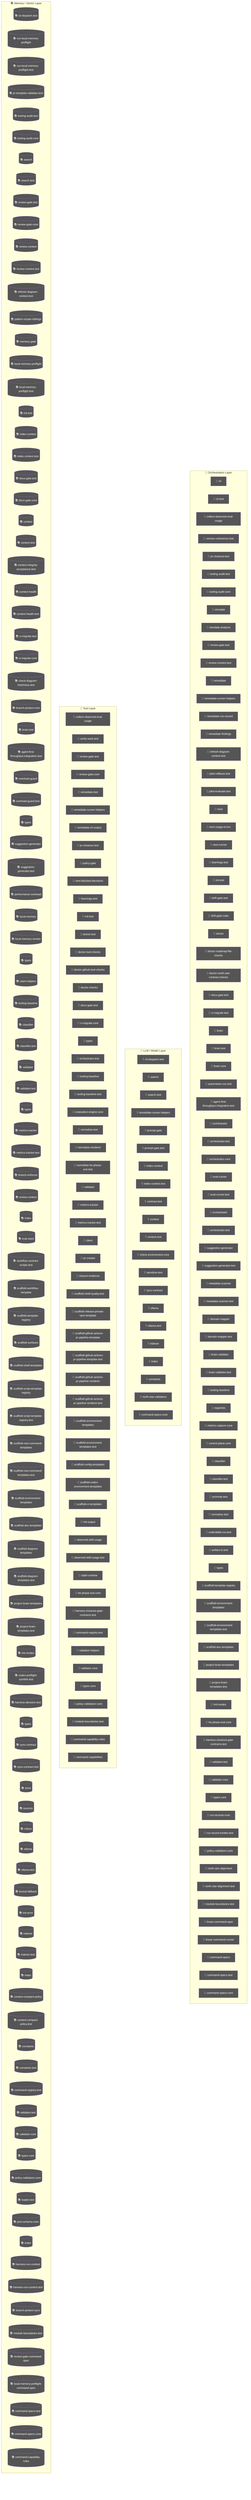
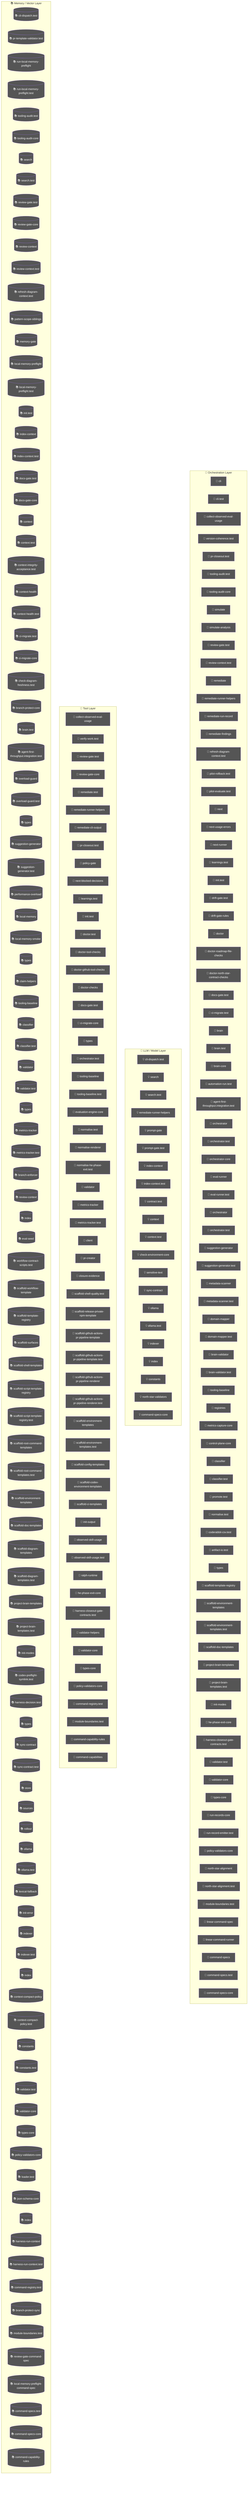
flowchart TD
  subgraph Orchestration["🎯 Orchestration Layer"]
    cli_99bb8840["🤖 cli"]
    cli_test_4851f28b["🤖 cli.test"]
    node_agent_mmd_orchestration_layer_orchestration_coll_37781291["🤖 collect-observed-eval-usage"]
    version_coherence_test_b81c6d8e["🤖 version-coherence.test"]
    pr_closeout_test_12a1ffdd["🤖 pr-closeout.test"]
    node_agent_mmd_orchestration_layer_orchestration_tool_5f9f8adf["🤖 tooling-audit.test"]
    node_agent_mmd_orchestration_layer_orchestration_tool_acfe0c01["🤖 tooling-audit-core"]
    simulate_b9efe395["🤖 simulate"]
    simulate_analysis_164a460c["🤖 simulate-analysis"]
    node_agent_mmd_orchestration_layer_orchestration_revi_ae9f100c["🤖 review-gate.test"]
    node_agent_mmd_orchestration_layer_orchestration_revi_84f25e5b["🤖 review-context.test"]
    remediate_06b9c7fc["🤖 remediate"]
    node_agent_mmd_orchestration_layer_orchestration_reme_359fe98f["🤖 remediate-runner-helpers"]
    remediate_run_record_9dfe5dc1["🤖 remediate-run-record"]
    remediate_findings_8b09c8c6["🤖 remediate-findings"]
    node_agent_mmd_orchestration_layer_orchestration_refr_10a87984["🤖 refresh-diagram-context.test"]
    pilot_rollback_test_e61d5a2b["🤖 pilot-rollback.test"]
    pilot_evaluate_test_a2ac06fc["🤖 pilot-evaluate.test"]
    next_c6c1c9a9["🤖 next"]
    next_usage_errors_837a345a["🤖 next-usage-errors"]
    next_runner_41643472["🤖 next-runner"]
    node_agent_mmd_orchestration_layer_orchestration_lear_5a2a5b08["🤖 learnings.test"]
    node_agent_mmd_orchestration_layer_orchestration_init_daf6ae1b["🤖 init.test"]
    drift_gate_test_816765e3["🤖 drift-gate.test"]
    drift_gate_rules_9685e72d["🤖 drift-gate-rules"]
    doctor_72f4be89["🤖 doctor"]
    doctor_roadmap_file_checks_14447b8e["🤖 doctor-roadmap-file-checks"]
    doctor_north_star_contract_checks_0048124c["🤖 doctor-north-star-contract-checks"]
    node_agent_mmd_orchestration_layer_orchestration_docs_22c7ae60["🤖 docs-gate.test"]
    node_agent_mmd_orchestration_layer_orchestration_ci_m_a6704d8b["🤖 ci-migrate.test"]
    brain_bbbf7a64["🤖 brain"]
    node_agent_mmd_orchestration_layer_orchestration_brai_9c019b6e["🤖 brain.test"]
    brain_core_aa07c380["🤖 brain-core"]
    automation_run_test_7b21d905["🤖 automation-run.test"]
    node_agent_mmd_orchestration_layer_orchestration_agen_eb715f44["🤖 agent-first-throughput.integration.test"]
    orchestrator_11376b7e["🤖 orchestrator"]
    orchestrator_test_18d2fe26["🤖 orchestrator.test"]
    orchestrator_core_d0678b53["🤖 orchestrator-core"]
    eval_runner_0966a6b3["🤖 eval-runner"]
    eval_runner_test_962c8c18["🤖 eval-runner.test"]
    orchestrator_1_6b7137c5["🤖 orchestrator"]
    node_agent_mmd_orchestration_layer_orchestration_orch_af4e7416["🤖 orchestrator.test"]
    node_agent_mmd_orchestration_layer_orchestration_sugg_85c5ebe3["🤖 suggestion-generator"]
    node_agent_mmd_orchestration_layer_orchestration_sugg_d0ad9d8e["🤖 suggestion-generator.test"]
    metadata_scanner_6a101b66["🤖 metadata-scanner"]
    metadata_scanner_test_faee743d["🤖 metadata-scanner.test"]
    domain_mapper_cd9333d2["🤖 domain-mapper"]
    domain_mapper_test_dc5a9896["🤖 domain-mapper.test"]
    brain_validator_be251832["🤖 brain-validator"]
    brain_validator_test_5e40cb72["🤖 brain-validator.test"]
    node_agent_mmd_orchestration_layer_orchestration_tool_cc43149f["🤖 tooling-baseline"]
    registries_06402afa["🤖 registries"]
    metrics_capture_core_db4bf7cf["🤖 metrics-capture-core"]
    control_plane_core_db3b4cb2["🤖 control-plane-core"]
    node_agent_mmd_orchestration_layer_orchestration_clas_899b821a["🤖 classifier"]
    node_agent_mmd_orchestration_layer_orchestration_clas_402e0b3f["🤖 classifier.test"]
    promote_test_5c615269["🤖 promote.test"]
    normalise_test_1_6643dd83["🤖 normalise.test"]
    coderabbit_csv_test_1f36d0a4["🤖 coderabbit-csv.test"]
    artifact_io_test_aac02da3["🤖 artifact-io.test"]
    types_16_0fae1112["🤖 types"]
    node_agent_mmd_orchestration_layer_orchestration_scaf_ff8f92f6["🤖 scaffold-template-registry"]
    node_agent_mmd_orchestration_layer_orchestration_scaf_c9a90c2f["🤖 scaffold-environment-templates"]
    node_agent_mmd_orchestration_layer_orchestration_scaf_78d57a93["🤖 scaffold-environment-templates.test"]
    node_agent_mmd_orchestration_layer_orchestration_scaf_12cc07db["🤖 scaffold-doc-templates"]
    node_agent_mmd_orchestration_layer_orchestration_proj_6ab6f60f["🤖 project-brain-templates"]
    node_agent_mmd_orchestration_layer_orchestration_proj_d78b2f4f["🤖 project-brain-templates.test"]
    node_agent_mmd_orchestration_layer_orchestration_init_2a9c3ecb["🤖 init-modes"]
    node_agent_mmd_orchestration_layer_orchestration_he_p_fc778c24["🤖 he-phase-exit-core"]
    node_agent_mmd_orchestration_layer_orchestration_harn_7761fad1["🤖 harness-closeout-gate-contracts.test"]
    node_agent_mmd_orchestration_layer_orchestration_vali_a3b17e45["🤖 validator.test"]
    node_agent_mmd_orchestration_layer_orchestration_vali_d9fe99e6["🤖 validator-core"]
    node_agent_mmd_orchestration_layer_orchestration_type_7cf81261["🤖 types-core"]
    run_records_core_89286dfa["🤖 run-records-core"]
    run_record_emitter_test_5475c0da["🤖 run-record-emitter.test"]
    node_agent_mmd_orchestration_layer_orchestration_poli_3270b55d["🤖 policy-validators-core"]
    north_star_alignment_00440188["🤖 north-star-alignment"]
    north_star_alignment_test_3ae1d69b["🤖 north-star-alignment.test"]
    node_agent_mmd_orchestration_layer_orchestration_modu_72373e29["🤖 module-boundaries.test"]
    linear_command_spec_1e12dd44["🤖 linear-command-spec"]
    linear_command_runner_4a740dfc["🤖 linear-command-runner"]
    command_specs_69167c63["🤖 command-specs"]
    node_agent_mmd_orchestration_layer_orchestration_comm_a137ef0a["🤖 command-specs.test"]
    node_agent_mmd_orchestration_layer_orchestration_comm_1f8cc24c["🤖 command-specs-core"]
  end
  subgraph LLMLayer["🧠 LLM / Model Layer"]
    node_agent_mmd_llm_model_layer_llmlayer_cli_dispatch__7ecbc6e7["💡 cli-dispatch.test"]
    node_agent_mmd_llm_model_layer_llmlayer_search_search_66b9a911["💡 search"]
    node_agent_mmd_llm_model_layer_llmlayer_search_test_s_72d50705["💡 search.test"]
    node_agent_mmd_llm_model_layer_llmlayer_remediate_run_9e3d4585["💡 remediate-runner-helpers"]
    prompt_gate_c5e9d207["💡 prompt-gate"]
    prompt_gate_test_1a442b27["💡 prompt-gate.test"]
    node_agent_mmd_llm_model_layer_llmlayer_index_context_1041bd11["💡 index-context"]
    node_agent_mmd_llm_model_layer_llmlayer_index_context_7e927b45["💡 index-context.test"]
    contract_test_2262847f["💡 contract.test"]
    node_agent_mmd_llm_model_layer_llmlayer_context_conte_ad2dfbd9["💡 context"]
    node_agent_mmd_llm_model_layer_llmlayer_context_test__32277db3["💡 context.test"]
    check_environment_core_2c16213f["💡 check-environment-core"]
    sensitive_text_7c11f760["💡 sensitive-text"]
    node_agent_mmd_llm_model_layer_llmlayer_sync_contract_9f3cc8c1["💡 sync-contract"]
    node_agent_mmd_llm_model_layer_llmlayer_ollama_ollama_968b23fa["💡 ollama"]
    node_agent_mmd_llm_model_layer_llmlayer_ollama_test_o_d62a0b5a["💡 ollama.test"]
    node_agent_mmd_llm_model_layer_llmlayer_indexer_index_4f4deef5["💡 indexer"]
    node_agent_mmd_llm_model_layer_llmlayer_index_index_1_02e160ff["💡 index"]
    node_agent_mmd_llm_model_layer_llmlayer_constants_con_c9bd3f6c["💡 constants"]
    north_star_validators_cfc926ce["💡 north-star-validators"]
    node_agent_mmd_llm_model_layer_llmlayer_command_specs_782af9fa["💡 command-specs-core"]
  end
  subgraph ToolLayer["🔧 Tool Layer"]
    node_agent_mmd_tool_layer_toollayer_collect_observed__f30f627d["🔧 collect-observed-eval-usage"]
    verify_work_test_0e12f6c5["🔧 verify-work.test"]
    node_agent_mmd_tool_layer_toollayer_review_gate_test__548e6c28["🔧 review-gate.test"]
    node_agent_mmd_tool_layer_toollayer_review_gate_core__7704598b["🔧 review-gate-core"]
    remediate_test_6f59cafe["🔧 remediate.test"]
    node_agent_mmd_tool_layer_toollayer_remediate_runner__c003b871["🔧 remediate-runner-helpers"]
    remediate_cli_output_cc165396["🔧 remediate-cli-output"]
    pr_closeout_test_1_be1a0df1["🔧 pr-closeout.test"]
    policy_gate_213f7313["🔧 policy-gate"]
    next_blocked_decisions_4140ad2b["🔧 next-blocked-decisions"]
    node_agent_mmd_tool_layer_toollayer_learnings_test_le_d61f175f["🔧 learnings.test"]
    node_agent_mmd_tool_layer_toollayer_init_test_init_te_ae014ee3["🔧 init.test"]
    doctor_test_e032e8b5["🔧 doctor.test"]
    doctor_tool_checks_4acac51a["🔧 doctor-tool-checks"]
    doctor_github_tool_checks_a53b0382["🔧 doctor-github-tool-checks"]
    doctor_checks_5a2eb2b9["🔧 doctor-checks"]
    node_agent_mmd_tool_layer_toollayer_docs_gate_test_do_ca0c4c21["🔧 docs-gate.test"]
    node_agent_mmd_tool_layer_toollayer_ci_migrate_core_c_049f8460["🔧 ci-migrate-core"]
    types_1_4ecdf56e["🔧 types"]
    node_agent_mmd_tool_layer_toollayer_orchestrator_test_b563c528["🔧 orchestrator.test"]
    node_agent_mmd_tool_layer_toollayer_tooling_baseline__61e66e9f["🔧 tooling-baseline"]
    tooling_baseline_test_d272ddb6["🔧 tooling-baseline.test"]
    evaluation_engine_core_e054fe49["🔧 evaluation-engine-core"]
    normalise_test_73e8a615["🔧 normalise.test"]
    normalise_renderer_85f2e563["🔧 normalise-renderer"]
    normalise_he_phase_exit_test_1788efc4["🔧 normalise-he-phase-exit.test"]
    node_agent_mmd_tool_layer_toollayer_validator_validat_96a84a52["🔧 validator"]
    node_agent_mmd_tool_layer_toollayer_metrics_tracker_m_4c9237d8["🔧 metrics-tracker"]
    node_agent_mmd_tool_layer_toollayer_metrics_tracker_t_8947b778["🔧 metrics-tracker.test"]
    client_1_914e1681["🔧 client"]
    pr_creator_dc6b1ea4["🔧 pr-creator"]
    closure_evidence_aaa31467["🔧 closure-evidence"]
    scaffold_shell_quality_test_79567d03["🔧 scaffold-shell-quality.test"]
    scaffold_release_private_npm_template_075499f8["🔧 scaffold-release-private-npm-template"]
    scaffold_github_actions_pr_pipeline_template_e2b85f62["🔧 scaffold-github-actions-pr-pipeline-template"]
    scaffold_github_actions_pr_pipeline_template_test_be464a7b["🔧 scaffold-github-actions-pr-pipeline-template.test"]
    scaffold_github_actions_pr_pipeline_renderer_1ee18de5["🔧 scaffold-github-actions-pr-pipeline-renderer"]
    scaffold_github_actions_pr_pipeline_renderer_test_2cc38272["🔧 scaffold-github-actions-pr-pipeline-renderer.test"]
    node_agent_mmd_tool_layer_toollayer_scaffold_environm_c1afc013["🔧 scaffold-environment-templates"]
    node_agent_mmd_tool_layer_toollayer_scaffold_environm_1a8f8168["🔧 scaffold-environment-templates.test"]
    scaffold_config_templates_4b80ce53["🔧 scaffold-config-templates"]
    scaffold_codex_environment_templates_334fbbed["🔧 scaffold-codex-environment-templates"]
    scaffold_ci_templates_2afd6392["🔧 scaffold-ci-templates"]
    init_output_360dce91["🔧 init-output"]
    observed_skill_usage_ed7d5930["🔧 observed-skill-usage"]
    observed_skill_usage_test_311c215a["🔧 observed-skill-usage.test"]
    ralph_runtime_73d63c0e["🔧 ralph-runtime"]
    node_agent_mmd_tool_layer_toollayer_he_phase_exit_cor_af016160["🔧 he-phase-exit-core"]
    node_agent_mmd_tool_layer_toollayer_harness_closeout__df9d1dab["🔧 harness-closeout-gate-contracts.test"]
-     node_agent_mmd_tool_layer_toollayer_command_registry__cce57abe["🔧 command-registry.test"]
    validator_helpers_7b927667["🔧 validator-helpers"]
    node_agent_mmd_tool_layer_toollayer_validator_core_va_6ef6131f["🔧 validator-core"]
    node_agent_mmd_tool_layer_toollayer_types_core_types__6c8319b6["🔧 types-core"]
    node_agent_mmd_tool_layer_toollayer_policy_validators_af136abf["🔧 policy-validators-core"]
+     node_agent_mmd_tool_layer_toollayer_command_registry__cce57abe["🔧 command-registry.test"]
    node_agent_mmd_tool_layer_toollayer_module_boundaries_fecf90b5["🔧 module-boundaries.test"]
    node_agent_mmd_tool_layer_toollayer_command_capabilit_e97a4615["🔧 command-capability-rules"]
    command_capabilities_a4d5c71e["🔧 command-capabilities"]
  end
  subgraph MemoryLayer["📚 Memory / Vector Layer"]
    node_agent_mmd_memory_vector_layer_memorylayer_cli_di_c121353b[("📚 cli-dispatch.test")]
+     pr_template_validator_test_569b1cef[("📚 pr-template-validator.test")]
    run_local_memory_preflight_36e92808[("📚 run-local-memory-preflight")]
    run_local_memory_preflight_test_1d7c5aa0[("📚 run-local-memory-preflight.test")]
-     pr_template_validator_test_569b1cef[("📚 pr-template-validator.test")]
    node_agent_mmd_memory_vector_layer_memorylayer_toolin_48be0fc9[("📚 tooling-audit.test")]
    node_agent_mmd_memory_vector_layer_memorylayer_toolin_a1185b8f[("📚 tooling-audit-core")]
    node_agent_mmd_memory_vector_layer_memorylayer_search_ac35cb7e[("📚 search")]
    node_agent_mmd_memory_vector_layer_memorylayer_search_ebbe6c53[("📚 search.test")]
    node_agent_mmd_memory_vector_layer_memorylayer_review_e0e0b257[("📚 review-gate.test")]
    node_agent_mmd_memory_vector_layer_memorylayer_review_5bee9816[("📚 review-gate-core")]
    review_context_ca6cf81d[("📚 review-context")]
    node_agent_mmd_memory_vector_layer_memorylayer_review_3255d3cf[("📚 review-context.test")]
    node_agent_mmd_memory_vector_layer_memorylayer_refres_b1a0f415[("📚 refresh-diagram-context.test")]
    pattern_scope_siblings_43abe000[("📚 pattern-scope-siblings")]
    memory_gate_a577a506[("📚 memory-gate")]
    local_memory_preflight_dcc36c42[("📚 local-memory-preflight")]
    local_memory_preflight_test_5e323bbf[("📚 local-memory-preflight.test")]
    node_agent_mmd_memory_vector_layer_memorylayer_init_t_bac0fb9d[("📚 init.test")]
    node_agent_mmd_memory_vector_layer_memorylayer_index__6f3402d0[("📚 index-context")]
    node_agent_mmd_memory_vector_layer_memorylayer_index__46fc46d7[("📚 index-context.test")]
    node_agent_mmd_memory_vector_layer_memorylayer_docs_g_2ab7a620[("📚 docs-gate.test")]
    docs_gate_core_eb9b6c18[("📚 docs-gate-core")]
    node_agent_mmd_memory_vector_layer_memorylayer_contex_78ceaaa9[("📚 context")]
    node_agent_mmd_memory_vector_layer_memorylayer_contex_4e7cab00[("📚 context.test")]
    context_integrity_acceptance_test_59f961b1[("📚 context-integrity-acceptance.test")]
    context_health_80bb7da9[("📚 context-health")]
    context_health_test_3b5b87f3[("📚 context-health.test")]
    node_agent_mmd_memory_vector_layer_memorylayer_ci_mig_df76706f[("📚 ci-migrate.test")]
    node_agent_mmd_memory_vector_layer_memorylayer_ci_mig_0cd5b1a4[("📚 ci-migrate-core")]
    check_diagram_freshness_test_c1dc40aa[("📚 check-diagram-freshness.test")]
    branch_protect_core_a8feb0fd[("📚 branch-protect-core")]
    node_agent_mmd_memory_vector_layer_memorylayer_brain__80b5ea48[("📚 brain.test")]
    node_agent_mmd_memory_vector_layer_memorylayer_agent__6f084ab8[("📚 agent-first-throughput.integration.test")]
    overload_guard_2748c559[("📚 overload-guard")]
    overload_guard_test_6ece9f86[("📚 overload-guard.test")]
-     types_4_822d0f88[("📚 types")]
+     types_3_9675d69b[("📚 types")]
    node_agent_mmd_memory_vector_layer_memorylayer_sugges_267f408d[("📚 suggestion-generator")]
    node_agent_mmd_memory_vector_layer_memorylayer_sugges_b043d150[("📚 suggestion-generator.test")]
    performance_overload_c685bfcf[("📚 performance-overload")]
    local_memory_0db17ecc[("📚 local-memory")]
    local_memory_smoke_1175abfc[("📚 local-memory-smoke")]
    types_8_f6283648[("📚 types")]
    claim_helpers_20dc8387[("📚 claim-helpers")]
    node_agent_mmd_memory_vector_layer_memorylayer_toolin_14f86b00[("📚 tooling-baseline")]
    node_agent_mmd_memory_vector_layer_memorylayer_classi_1ebbf5ff[("📚 classifier")]
    node_agent_mmd_memory_vector_layer_memorylayer_classi_58e617e7[("📚 classifier.test")]
    node_agent_mmd_memory_vector_layer_memorylayer_valida_1b167f63[("📚 validator")]
    validator_test_1_c5015ca0[("📚 validator.test")]
    types_12_2b09659a[("📚 types")]
    node_agent_mmd_memory_vector_layer_memorylayer_metric_12562178[("📚 metrics-tracker")]
    node_agent_mmd_memory_vector_layer_memorylayer_metric_74129788[("📚 metrics-tracker.test")]
    branch_enforcer_acb749cd[("📚 branch-enforcer")]
    review_context_1_e3afed15[("📚 review-context")]
    index_2_10143590[("📚 index")]
    eval_seed_5699fd3e[("📚 eval-seed")]
    workflow_contract_scripts_test_681e2e3c[("📚 workflow-contract-scripts.test")]
    scaffold_workflow_template_92310587[("📚 scaffold-workflow-template")]
    node_agent_mmd_memory_vector_layer_memorylayer_scaffo_a86eece1[("📚 scaffold-template-registry")]
    scaffold_surfaces_12d6494e[("📚 scaffold-surfaces")]
    scaffold_shell_templates_0ad0f915[("📚 scaffold-shell-templates")]
    scaffold_script_template_registry_69312d4e[("📚 scaffold-script-template-registry")]
    scaffold_script_template_registry_test_6a8ebefe[("📚 scaffold-script-template-registry.test")]
    scaffold_root_command_templates_404fed7f[("📚 scaffold-root-command-templates")]
    scaffold_root_command_templates_test_14596939[("📚 scaffold-root-command-templates.test")]
    node_agent_mmd_memory_vector_layer_memorylayer_scaffo_12b42341[("📚 scaffold-environment-templates")]
    node_agent_mmd_memory_vector_layer_memorylayer_scaffo_5fd73b94[("📚 scaffold-doc-templates")]
    scaffold_diagram_templates_dd88e83c[("📚 scaffold-diagram-templates")]
    scaffold_diagram_templates_test_f3774c28[("📚 scaffold-diagram-templates.test")]
    node_agent_mmd_memory_vector_layer_memorylayer_projec_3ae304d9[("📚 project-brain-templates")]
    node_agent_mmd_memory_vector_layer_memorylayer_projec_6048335b[("📚 project-brain-templates.test")]
    node_agent_mmd_memory_vector_layer_memorylayer_init_m_333d02c5[("📚 init-modes")]
    codex_preflight_symlink_test_037558db[("📚 codex-preflight-symlink.test")]
    harness_decision_test_7e5a4fe5[("📚 harness-decision.test")]
    types_18_37582e2a[("📚 types")]
    node_agent_mmd_memory_vector_layer_memorylayer_sync_c_e43418bc[("📚 sync-contract")]
    sync_contract_test_5dc3165c[("📚 sync-contract.test")]
    store_824d80d7[("📚 store")]
    sources_1_e133d97d[("📚 sources")]
    rollout_a4fa034c[("📚 rollout")]
    node_agent_mmd_memory_vector_layer_memorylayer_ollama_6d51be16[("📚 ollama")]
    node_agent_mmd_memory_vector_layer_memorylayer_ollama_d800c0c4[("📚 ollama.test")]
    lexical_fallback_723e2b3e[("📚 lexical-fallback")]
    init_error_5c7dd49f[("📚 init-error")]
    node_agent_mmd_memory_vector_layer_memorylayer_indexe_93e6d86f[("📚 indexer")]
    indexer_test_d492f0aa[("📚 indexer.test")]
    node_agent_mmd_memory_vector_layer_memorylayer_index__752bc61e[("📚 index")]
    context_compact_policy_3dcaf95d[("📚 context-compact-policy")]
    context_compact_policy_test_da148267[("📚 context-compact-policy.test")]
    node_agent_mmd_memory_vector_layer_memorylayer_consta_702d3f46[("📚 constants")]
    constants_test_5492ae98[("📚 constants.test")]
-     node_agent_mmd_memory_vector_layer_memorylayer_comman_362247bb[("📚 command-registry.test")]
    node_agent_mmd_memory_vector_layer_memorylayer_valida_caacfcdf[("📚 validator.test")]
    node_agent_mmd_memory_vector_layer_memorylayer_valida_41034356[("📚 validator-core")]
    node_agent_mmd_memory_vector_layer_memorylayer_types__83f369fa[("📚 types-core")]
    node_agent_mmd_memory_vector_layer_memorylayer_policy_1944de42[("📚 policy-validators-core")]
    loader_test_03424671[("📚 loader.test")]
    json_schema_core_96d7e328[("📚 json-schema-core")]
    index_6_fc9e91e2[("📚 index")]
    harness_run_context_ac7c77a9[("📚 harness-run-context")]
    harness_run_context_test_c6937fed[("📚 harness-run-context.test")]
+     node_agent_mmd_memory_vector_layer_memorylayer_comman_362247bb[("📚 command-registry.test")]
    branch_protect_sync_570adb18[("📚 branch-protect-sync")]
    node_agent_mmd_memory_vector_layer_memorylayer_module_9bfd18b1[("📚 module-boundaries.test")]
    review_gate_command_spec_3187376a[("📚 review-gate-command-spec")]
    local_memory_preflight_command_spec_9e23f3ce[("📚 local-memory-preflight-command-spec")]
    node_agent_mmd_memory_vector_layer_memorylayer_comman_d36d1650[("📚 command-specs.test")]
    node_agent_mmd_memory_vector_layer_memorylayer_comman_111eb454[("📚 command-specs-core")]
    node_agent_mmd_memory_vector_layer_memorylayer_comman_c72a5d05[("📚 command-capability-rules")]
  end
  classDef agentNode fill:#555,color:#fff
  class cli_99bb8840,cli_test_4851f28b,node_agent_mmd_orchestration_layer_orchestration_coll_37781291,node_agent_mmd_tool_layer_toollayer_collect_observed__f30f627d,version_coherence_test_b81c6d8e,pr_closeout_test_12a1ffdd,node_agent_mmd_orchestration_layer_orchestration_tool_5f9f8adf,node_agent_mmd_memory_vector_layer_memorylayer_toolin_48be0fc9,node_agent_mmd_orchestration_layer_orchestration_tool_acfe0c01,node_agent_mmd_memory_vector_layer_memorylayer_toolin_a1185b8f,simulate_b9efe395,simulate_analysis_164a460c,node_agent_mmd_orchestration_layer_orchestration_revi_ae9f100c,node_agent_mmd_tool_layer_toollayer_review_gate_test__548e6c28,node_agent_mmd_memory_vector_layer_memorylayer_review_e0e0b257,node_agent_mmd_orchestration_layer_orchestration_revi_84f25e5b,node_agent_mmd_memory_vector_layer_memorylayer_review_3255d3cf,remediate_06b9c7fc,node_agent_mmd_orchestration_layer_orchestration_reme_359fe98f,node_agent_mmd_llm_model_layer_llmlayer_remediate_run_9e3d4585,node_agent_mmd_tool_layer_toollayer_remediate_runner__c003b871,remediate_run_record_9dfe5dc1,remediate_findings_8b09c8c6,node_agent_mmd_orchestration_layer_orchestration_refr_10a87984,node_agent_mmd_memory_vector_layer_memorylayer_refres_b1a0f415,pilot_rollback_test_e61d5a2b,pilot_evaluate_test_a2ac06fc,next_c6c1c9a9,next_usage_errors_837a345a,next_runner_41643472,node_agent_mmd_orchestration_layer_orchestration_lear_5a2a5b08,node_agent_mmd_tool_layer_toollayer_learnings_test_le_d61f175f,node_agent_mmd_orchestration_layer_orchestration_init_daf6ae1b,node_agent_mmd_tool_layer_toollayer_init_test_init_te_ae014ee3,node_agent_mmd_memory_vector_layer_memorylayer_init_t_bac0fb9d,drift_gate_test_816765e3,drift_gate_rules_9685e72d,doctor_72f4be89,doctor_roadmap_file_checks_14447b8e,doctor_north_star_contract_checks_0048124c,node_agent_mmd_orchestration_layer_orchestration_docs_22c7ae60,node_agent_mmd_tool_layer_toollayer_docs_gate_test_do_ca0c4c21,node_agent_mmd_memory_vector_layer_memorylayer_docs_g_2ab7a620,node_agent_mmd_orchestration_layer_orchestration_ci_m_a6704d8b,node_agent_mmd_memory_vector_layer_memorylayer_ci_mig_df76706f,brain_bbbf7a64,node_agent_mmd_orchestration_layer_orchestration_brai_9c019b6e,node_agent_mmd_memory_vector_layer_memorylayer_brain__80b5ea48,brain_core_aa07c380,automation_run_test_7b21d905,node_agent_mmd_orchestration_layer_orchestration_agen_eb715f44,node_agent_mmd_memory_vector_layer_memorylayer_agent__6f084ab8,orchestrator_11376b7e,orchestrator_test_18d2fe26,orchestrator_core_d0678b53,eval_runner_0966a6b3,eval_runner_test_962c8c18,orchestrator_1_6b7137c5,node_agent_mmd_orchestration_layer_orchestration_orch_af4e7416,node_agent_mmd_tool_layer_toollayer_orchestrator_test_b563c528,node_agent_mmd_orchestration_layer_orchestration_sugg_85c5ebe3,node_agent_mmd_memory_vector_layer_memorylayer_sugges_267f408d,node_agent_mmd_orchestration_layer_orchestration_sugg_d0ad9d8e,node_agent_mmd_memory_vector_layer_memorylayer_sugges_b043d150,metadata_scanner_6a101b66,metadata_scanner_test_faee743d,domain_mapper_cd9333d2,domain_mapper_test_dc5a9896,brain_validator_be251832,brain_validator_test_5e40cb72,node_agent_mmd_orchestration_layer_orchestration_tool_cc43149f,node_agent_mmd_tool_layer_toollayer_tooling_baseline__61e66e9f,node_agent_mmd_memory_vector_layer_memorylayer_toolin_14f86b00,registries_06402afa,metrics_capture_core_db4bf7cf,control_plane_core_db3b4cb2,node_agent_mmd_orchestration_layer_orchestration_clas_899b821a,node_agent_mmd_memory_vector_layer_memorylayer_classi_1ebbf5ff,node_agent_mmd_orchestration_layer_orchestration_clas_402e0b3f,node_agent_mmd_memory_vector_layer_memorylayer_classi_58e617e7,promote_test_5c615269,normalise_test_1_6643dd83,coderabbit_csv_test_1f36d0a4,artifact_io_test_aac02da3,types_16_0fae1112,node_agent_mmd_orchestration_layer_orchestration_scaf_ff8f92f6,node_agent_mmd_memory_vector_layer_memorylayer_scaffo_a86eece1,node_agent_mmd_orchestration_layer_orchestration_scaf_c9a90c2f,node_agent_mmd_tool_layer_toollayer_scaffold_environm_c1afc013,node_agent_mmd_memory_vector_layer_memorylayer_scaffo_12b42341,node_agent_mmd_orchestration_layer_orchestration_scaf_78d57a93,node_agent_mmd_tool_layer_toollayer_scaffold_environm_1a8f8168,node_agent_mmd_orchestration_layer_orchestration_scaf_12cc07db,node_agent_mmd_memory_vector_layer_memorylayer_scaffo_5fd73b94,node_agent_mmd_orchestration_layer_orchestration_proj_6ab6f60f,node_agent_mmd_memory_vector_layer_memorylayer_projec_3ae304d9,node_agent_mmd_orchestration_layer_orchestration_proj_d78b2f4f,node_agent_mmd_memory_vector_layer_memorylayer_projec_6048335b,node_agent_mmd_orchestration_layer_orchestration_init_2a9c3ecb,node_agent_mmd_memory_vector_layer_memorylayer_init_m_333d02c5,node_agent_mmd_orchestration_layer_orchestration_he_p_fc778c24,node_agent_mmd_tool_layer_toollayer_he_phase_exit_cor_af016160,node_agent_mmd_orchestration_layer_orchestration_harn_7761fad1,node_agent_mmd_tool_layer_toollayer_harness_closeout__df9d1dab,node_agent_mmd_orchestration_layer_orchestration_vali_a3b17e45,node_agent_mmd_memory_vector_layer_memorylayer_valida_caacfcdf,node_agent_mmd_orchestration_layer_orchestration_vali_d9fe99e6,node_agent_mmd_tool_layer_toollayer_validator_core_va_6ef6131f,node_agent_mmd_memory_vector_layer_memorylayer_valida_41034356,node_agent_mmd_orchestration_layer_orchestration_type_7cf81261,node_agent_mmd_tool_layer_toollayer_types_core_types__6c8319b6,node_agent_mmd_memory_vector_layer_memorylayer_types__83f369fa,run_records_core_89286dfa,run_record_emitter_test_5475c0da,node_agent_mmd_orchestration_layer_orchestration_poli_3270b55d,node_agent_mmd_tool_layer_toollayer_policy_validators_af136abf,node_agent_mmd_memory_vector_layer_memorylayer_policy_1944de42,north_star_alignment_00440188,north_star_alignment_test_3ae1d69b,node_agent_mmd_orchestration_layer_orchestration_modu_72373e29,node_agent_mmd_tool_layer_toollayer_module_boundaries_fecf90b5,node_agent_mmd_memory_vector_layer_memorylayer_module_9bfd18b1,linear_command_spec_1e12dd44,linear_command_runner_4a740dfc,command_specs_69167c63,node_agent_mmd_orchestration_layer_orchestration_comm_a137ef0a,node_agent_mmd_memory_vector_layer_memorylayer_comman_d36d1650,node_agent_mmd_orchestration_layer_orchestration_comm_1f8cc24c,node_agent_mmd_llm_model_layer_llmlayer_command_specs_782af9fa,node_agent_mmd_memory_vector_layer_memorylayer_comman_111eb454 agentNode
  classDef llmNode fill:#555,color:#fff
  class node_agent_mmd_llm_model_layer_llmlayer_cli_dispatch__7ecbc6e7,node_agent_mmd_memory_vector_layer_memorylayer_cli_di_c121353b,node_agent_mmd_llm_model_layer_llmlayer_search_search_66b9a911,node_agent_mmd_memory_vector_layer_memorylayer_search_ac35cb7e,node_agent_mmd_llm_model_layer_llmlayer_search_test_s_72d50705,node_agent_mmd_memory_vector_layer_memorylayer_search_ebbe6c53,node_agent_mmd_orchestration_layer_orchestration_reme_359fe98f,node_agent_mmd_llm_model_layer_llmlayer_remediate_run_9e3d4585,node_agent_mmd_tool_layer_toollayer_remediate_runner__c003b871,prompt_gate_c5e9d207,prompt_gate_test_1a442b27,node_agent_mmd_llm_model_layer_llmlayer_index_context_1041bd11,node_agent_mmd_memory_vector_layer_memorylayer_index__6f3402d0,node_agent_mmd_llm_model_layer_llmlayer_index_context_7e927b45,node_agent_mmd_memory_vector_layer_memorylayer_index__46fc46d7,contract_test_2262847f,node_agent_mmd_llm_model_layer_llmlayer_context_conte_ad2dfbd9,node_agent_mmd_memory_vector_layer_memorylayer_contex_78ceaaa9,node_agent_mmd_llm_model_layer_llmlayer_context_test__32277db3,node_agent_mmd_memory_vector_layer_memorylayer_contex_4e7cab00,check_environment_core_2c16213f,sensitive_text_7c11f760,node_agent_mmd_llm_model_layer_llmlayer_sync_contract_9f3cc8c1,node_agent_mmd_memory_vector_layer_memorylayer_sync_c_e43418bc,node_agent_mmd_llm_model_layer_llmlayer_ollama_ollama_968b23fa,node_agent_mmd_memory_vector_layer_memorylayer_ollama_6d51be16,node_agent_mmd_llm_model_layer_llmlayer_ollama_test_o_d62a0b5a,node_agent_mmd_memory_vector_layer_memorylayer_ollama_d800c0c4,node_agent_mmd_llm_model_layer_llmlayer_indexer_index_4f4deef5,node_agent_mmd_memory_vector_layer_memorylayer_indexe_93e6d86f,node_agent_mmd_llm_model_layer_llmlayer_index_index_1_02e160ff,node_agent_mmd_memory_vector_layer_memorylayer_index__752bc61e,node_agent_mmd_llm_model_layer_llmlayer_constants_con_c9bd3f6c,node_agent_mmd_memory_vector_layer_memorylayer_consta_702d3f46,north_star_validators_cfc926ce,node_agent_mmd_orchestration_layer_orchestration_comm_1f8cc24c,node_agent_mmd_llm_model_layer_llmlayer_command_specs_782af9fa,node_agent_mmd_memory_vector_layer_memorylayer_comman_111eb454 llmNode
  classDef toolNode fill:#555,color:#fff
-   class node_agent_mmd_orchestration_layer_orchestration_coll_37781291,node_agent_mmd_tool_layer_toollayer_collect_observed__f30f627d,verify_work_test_0e12f6c5,node_agent_mmd_orchestration_layer_orchestration_revi_ae9f100c,node_agent_mmd_tool_layer_toollayer_review_gate_test__548e6c28,node_agent_mmd_memory_vector_layer_memorylayer_review_e0e0b257,node_agent_mmd_tool_layer_toollayer_review_gate_core__7704598b,node_agent_mmd_memory_vector_layer_memorylayer_review_5bee9816,remediate_test_6f59cafe,node_agent_mmd_orchestration_layer_orchestration_reme_359fe98f,node_agent_mmd_llm_model_layer_llmlayer_remediate_run_9e3d4585,node_agent_mmd_tool_layer_toollayer_remediate_runner__c003b871,remediate_cli_output_cc165396,pr_closeout_test_1_be1a0df1,policy_gate_213f7313,next_blocked_decisions_4140ad2b,node_agent_mmd_orchestration_layer_orchestration_lear_5a2a5b08,node_agent_mmd_tool_layer_toollayer_learnings_test_le_d61f175f,node_agent_mmd_orchestration_layer_orchestration_init_daf6ae1b,node_agent_mmd_tool_layer_toollayer_init_test_init_te_ae014ee3,node_agent_mmd_memory_vector_layer_memorylayer_init_t_bac0fb9d,doctor_test_e032e8b5,doctor_tool_checks_4acac51a,doctor_github_tool_checks_a53b0382,doctor_checks_5a2eb2b9,node_agent_mmd_orchestration_layer_orchestration_docs_22c7ae60,node_agent_mmd_tool_layer_toollayer_docs_gate_test_do_ca0c4c21,node_agent_mmd_memory_vector_layer_memorylayer_docs_g_2ab7a620,node_agent_mmd_tool_layer_toollayer_ci_migrate_core_c_049f8460,node_agent_mmd_memory_vector_layer_memorylayer_ci_mig_0cd5b1a4,types_1_4ecdf56e,node_agent_mmd_orchestration_layer_orchestration_orch_af4e7416,node_agent_mmd_tool_layer_toollayer_orchestrator_test_b563c528,node_agent_mmd_orchestration_layer_orchestration_tool_cc43149f,node_agent_mmd_tool_layer_toollayer_tooling_baseline__61e66e9f,node_agent_mmd_memory_vector_layer_memorylayer_toolin_14f86b00,tooling_baseline_test_d272ddb6,evaluation_engine_core_e054fe49,normalise_test_73e8a615,normalise_renderer_85f2e563,normalise_he_phase_exit_test_1788efc4,node_agent_mmd_tool_layer_toollayer_validator_validat_96a84a52,node_agent_mmd_memory_vector_layer_memorylayer_valida_1b167f63,node_agent_mmd_tool_layer_toollayer_metrics_tracker_m_4c9237d8,node_agent_mmd_memory_vector_layer_memorylayer_metric_12562178,node_agent_mmd_tool_layer_toollayer_metrics_tracker_t_8947b778,node_agent_mmd_memory_vector_layer_memorylayer_metric_74129788,client_1_914e1681,pr_creator_dc6b1ea4,closure_evidence_aaa31467,scaffold_shell_quality_test_79567d03,scaffold_release_private_npm_template_075499f8,scaffold_github_actions_pr_pipeline_template_e2b85f62,scaffold_github_actions_pr_pipeline_template_test_be464a7b,scaffold_github_actions_pr_pipeline_renderer_1ee18de5,scaffold_github_actions_pr_pipeline_renderer_test_2cc38272,node_agent_mmd_orchestration_layer_orchestration_scaf_c9a90c2f,node_agent_mmd_tool_layer_toollayer_scaffold_environm_c1afc013,node_agent_mmd_memory_vector_layer_memorylayer_scaffo_12b42341,node_agent_mmd_orchestration_layer_orchestration_scaf_78d57a93,node_agent_mmd_tool_layer_toollayer_scaffold_environm_1a8f8168,scaffold_config_templates_4b80ce53,scaffold_codex_environment_templates_334fbbed,scaffold_ci_templates_2afd6392,init_output_360dce91,observed_skill_usage_ed7d5930,observed_skill_usage_test_311c215a,ralph_runtime_73d63c0e,node_agent_mmd_orchestration_layer_orchestration_he_p_fc778c24,node_agent_mmd_tool_layer_toollayer_he_phase_exit_cor_af016160,node_agent_mmd_orchestration_layer_orchestration_harn_7761fad1,node_agent_mmd_tool_layer_toollayer_harness_closeout__df9d1dab,node_agent_mmd_tool_layer_toollayer_command_registry__cce57abe,node_agent_mmd_memory_vector_layer_memorylayer_comman_362247bb,validator_helpers_7b927667,node_agent_mmd_orchestration_layer_orchestration_vali_d9fe99e6,node_agent_mmd_tool_layer_toollayer_validator_core_va_6ef6131f,node_agent_mmd_memory_vector_layer_memorylayer_valida_41034356,node_agent_mmd_orchestration_layer_orchestration_type_7cf81261,node_agent_mmd_tool_layer_toollayer_types_core_types__6c8319b6,node_agent_mmd_memory_vector_layer_memorylayer_types__83f369fa,node_agent_mmd_orchestration_layer_orchestration_poli_3270b55d,node_agent_mmd_tool_layer_toollayer_policy_validators_af136abf,node_agent_mmd_memory_vector_layer_memorylayer_policy_1944de42,node_agent_mmd_orchestration_layer_orchestration_modu_72373e29,node_agent_mmd_tool_layer_toollayer_module_boundaries_fecf90b5,node_agent_mmd_memory_vector_layer_memorylayer_module_9bfd18b1,node_agent_mmd_tool_layer_toollayer_command_capabilit_e97a4615,node_agent_mmd_memory_vector_layer_memorylayer_comman_c72a5d05,command_capabilities_a4d5c71e toolNode
+   class node_agent_mmd_orchestration_layer_orchestration_coll_37781291,node_agent_mmd_tool_layer_toollayer_collect_observed__f30f627d,verify_work_test_0e12f6c5,node_agent_mmd_orchestration_layer_orchestration_revi_ae9f100c,node_agent_mmd_tool_layer_toollayer_review_gate_test__548e6c28,node_agent_mmd_memory_vector_layer_memorylayer_review_e0e0b257,node_agent_mmd_tool_layer_toollayer_review_gate_core__7704598b,node_agent_mmd_memory_vector_layer_memorylayer_review_5bee9816,remediate_test_6f59cafe,node_agent_mmd_orchestration_layer_orchestration_reme_359fe98f,node_agent_mmd_llm_model_layer_llmlayer_remediate_run_9e3d4585,node_agent_mmd_tool_layer_toollayer_remediate_runner__c003b871,remediate_cli_output_cc165396,pr_closeout_test_1_be1a0df1,policy_gate_213f7313,next_blocked_decisions_4140ad2b,node_agent_mmd_orchestration_layer_orchestration_lear_5a2a5b08,node_agent_mmd_tool_layer_toollayer_learnings_test_le_d61f175f,node_agent_mmd_orchestration_layer_orchestration_init_daf6ae1b,node_agent_mmd_tool_layer_toollayer_init_test_init_te_ae014ee3,node_agent_mmd_memory_vector_layer_memorylayer_init_t_bac0fb9d,doctor_test_e032e8b5,doctor_tool_checks_4acac51a,doctor_github_tool_checks_a53b0382,doctor_checks_5a2eb2b9,node_agent_mmd_orchestration_layer_orchestration_docs_22c7ae60,node_agent_mmd_tool_layer_toollayer_docs_gate_test_do_ca0c4c21,node_agent_mmd_memory_vector_layer_memorylayer_docs_g_2ab7a620,node_agent_mmd_tool_layer_toollayer_ci_migrate_core_c_049f8460,node_agent_mmd_memory_vector_layer_memorylayer_ci_mig_0cd5b1a4,types_1_4ecdf56e,node_agent_mmd_orchestration_layer_orchestration_orch_af4e7416,node_agent_mmd_tool_layer_toollayer_orchestrator_test_b563c528,node_agent_mmd_orchestration_layer_orchestration_tool_cc43149f,node_agent_mmd_tool_layer_toollayer_tooling_baseline__61e66e9f,node_agent_mmd_memory_vector_layer_memorylayer_toolin_14f86b00,tooling_baseline_test_d272ddb6,evaluation_engine_core_e054fe49,normalise_test_73e8a615,normalise_renderer_85f2e563,normalise_he_phase_exit_test_1788efc4,node_agent_mmd_tool_layer_toollayer_validator_validat_96a84a52,node_agent_mmd_memory_vector_layer_memorylayer_valida_1b167f63,node_agent_mmd_tool_layer_toollayer_metrics_tracker_m_4c9237d8,node_agent_mmd_memory_vector_layer_memorylayer_metric_12562178,node_agent_mmd_tool_layer_toollayer_metrics_tracker_t_8947b778,node_agent_mmd_memory_vector_layer_memorylayer_metric_74129788,client_1_914e1681,pr_creator_dc6b1ea4,closure_evidence_aaa31467,scaffold_shell_quality_test_79567d03,scaffold_release_private_npm_template_075499f8,scaffold_github_actions_pr_pipeline_template_e2b85f62,scaffold_github_actions_pr_pipeline_template_test_be464a7b,scaffold_github_actions_pr_pipeline_renderer_1ee18de5,scaffold_github_actions_pr_pipeline_renderer_test_2cc38272,node_agent_mmd_orchestration_layer_orchestration_scaf_c9a90c2f,node_agent_mmd_tool_layer_toollayer_scaffold_environm_c1afc013,node_agent_mmd_memory_vector_layer_memorylayer_scaffo_12b42341,node_agent_mmd_orchestration_layer_orchestration_scaf_78d57a93,node_agent_mmd_tool_layer_toollayer_scaffold_environm_1a8f8168,scaffold_config_templates_4b80ce53,scaffold_codex_environment_templates_334fbbed,scaffold_ci_templates_2afd6392,init_output_360dce91,observed_skill_usage_ed7d5930,observed_skill_usage_test_311c215a,ralph_runtime_73d63c0e,node_agent_mmd_orchestration_layer_orchestration_he_p_fc778c24,node_agent_mmd_tool_layer_toollayer_he_phase_exit_cor_af016160,node_agent_mmd_orchestration_layer_orchestration_harn_7761fad1,node_agent_mmd_tool_layer_toollayer_harness_closeout__df9d1dab,validator_helpers_7b927667,node_agent_mmd_orchestration_layer_orchestration_vali_d9fe99e6,node_agent_mmd_tool_layer_toollayer_validator_core_va_6ef6131f,node_agent_mmd_memory_vector_layer_memorylayer_valida_41034356,node_agent_mmd_orchestration_layer_orchestration_type_7cf81261,node_agent_mmd_tool_layer_toollayer_types_core_types__6c8319b6,node_agent_mmd_memory_vector_layer_memorylayer_types__83f369fa,node_agent_mmd_orchestration_layer_orchestration_poli_3270b55d,node_agent_mmd_tool_layer_toollayer_policy_validators_af136abf,node_agent_mmd_memory_vector_layer_memorylayer_policy_1944de42,node_agent_mmd_tool_layer_toollayer_command_registry__cce57abe,node_agent_mmd_memory_vector_layer_memorylayer_comman_362247bb,node_agent_mmd_orchestration_layer_orchestration_modu_72373e29,node_agent_mmd_tool_layer_toollayer_module_boundaries_fecf90b5,node_agent_mmd_memory_vector_layer_memorylayer_module_9bfd18b1,node_agent_mmd_tool_layer_toollayer_command_capabilit_e97a4615,node_agent_mmd_memory_vector_layer_memorylayer_comman_c72a5d05,command_capabilities_a4d5c71e toolNode
  classDef memNode fill:#555,color:#fff
-   class node_agent_mmd_llm_model_layer_llmlayer_cli_dispatch__7ecbc6e7,node_agent_mmd_memory_vector_layer_memorylayer_cli_di_c121353b,run_local_memory_preflight_36e92808,run_local_memory_preflight_test_1d7c5aa0,pr_template_validator_test_569b1cef,node_agent_mmd_orchestration_layer_orchestration_tool_5f9f8adf,node_agent_mmd_memory_vector_layer_memorylayer_toolin_48be0fc9,node_agent_mmd_orchestration_layer_orchestration_tool_acfe0c01,node_agent_mmd_memory_vector_layer_memorylayer_toolin_a1185b8f,node_agent_mmd_llm_model_layer_llmlayer_search_search_66b9a911,node_agent_mmd_memory_vector_layer_memorylayer_search_ac35cb7e,node_agent_mmd_llm_model_layer_llmlayer_search_test_s_72d50705,node_agent_mmd_memory_vector_layer_memorylayer_search_ebbe6c53,node_agent_mmd_orchestration_layer_orchestration_revi_ae9f100c,node_agent_mmd_tool_layer_toollayer_review_gate_test__548e6c28,node_agent_mmd_memory_vector_layer_memorylayer_review_e0e0b257,node_agent_mmd_tool_layer_toollayer_review_gate_core__7704598b,node_agent_mmd_memory_vector_layer_memorylayer_review_5bee9816,review_context_ca6cf81d,node_agent_mmd_orchestration_layer_orchestration_revi_84f25e5b,node_agent_mmd_memory_vector_layer_memorylayer_review_3255d3cf,node_agent_mmd_orchestration_layer_orchestration_refr_10a87984,node_agent_mmd_memory_vector_layer_memorylayer_refres_b1a0f415,pattern_scope_siblings_43abe000,memory_gate_a577a506,local_memory_preflight_dcc36c42,local_memory_preflight_test_5e323bbf,node_agent_mmd_orchestration_layer_orchestration_init_daf6ae1b,node_agent_mmd_tool_layer_toollayer_init_test_init_te_ae014ee3,node_agent_mmd_memory_vector_layer_memorylayer_init_t_bac0fb9d,node_agent_mmd_llm_model_layer_llmlayer_index_context_1041bd11,node_agent_mmd_memory_vector_layer_memorylayer_index__6f3402d0,node_agent_mmd_llm_model_layer_llmlayer_index_context_7e927b45,node_agent_mmd_memory_vector_layer_memorylayer_index__46fc46d7,node_agent_mmd_orchestration_layer_orchestration_docs_22c7ae60,node_agent_mmd_tool_layer_toollayer_docs_gate_test_do_ca0c4c21,node_agent_mmd_memory_vector_layer_memorylayer_docs_g_2ab7a620,docs_gate_core_eb9b6c18,node_agent_mmd_llm_model_layer_llmlayer_context_conte_ad2dfbd9,node_agent_mmd_memory_vector_layer_memorylayer_contex_78ceaaa9,node_agent_mmd_llm_model_layer_llmlayer_context_test__32277db3,node_agent_mmd_memory_vector_layer_memorylayer_contex_4e7cab00,context_integrity_acceptance_test_59f961b1,context_health_80bb7da9,context_health_test_3b5b87f3,node_agent_mmd_orchestration_layer_orchestration_ci_m_a6704d8b,node_agent_mmd_memory_vector_layer_memorylayer_ci_mig_df76706f,node_agent_mmd_tool_layer_toollayer_ci_migrate_core_c_049f8460,node_agent_mmd_memory_vector_layer_memorylayer_ci_mig_0cd5b1a4,check_diagram_freshness_test_c1dc40aa,branch_protect_core_a8feb0fd,node_agent_mmd_orchestration_layer_orchestration_brai_9c019b6e,node_agent_mmd_memory_vector_layer_memorylayer_brain__80b5ea48,node_agent_mmd_orchestration_layer_orchestration_agen_eb715f44,node_agent_mmd_memory_vector_layer_memorylayer_agent__6f084ab8,overload_guard_2748c559,overload_guard_test_6ece9f86,types_4_822d0f88,node_agent_mmd_orchestration_layer_orchestration_sugg_85c5ebe3,node_agent_mmd_memory_vector_layer_memorylayer_sugges_267f408d,node_agent_mmd_orchestration_layer_orchestration_sugg_d0ad9d8e,node_agent_mmd_memory_vector_layer_memorylayer_sugges_b043d150,performance_overload_c685bfcf,local_memory_0db17ecc,local_memory_smoke_1175abfc,types_8_f6283648,claim_helpers_20dc8387,node_agent_mmd_orchestration_layer_orchestration_tool_cc43149f,node_agent_mmd_tool_layer_toollayer_tooling_baseline__61e66e9f,node_agent_mmd_memory_vector_layer_memorylayer_toolin_14f86b00,node_agent_mmd_orchestration_layer_orchestration_clas_899b821a,node_agent_mmd_memory_vector_layer_memorylayer_classi_1ebbf5ff,node_agent_mmd_orchestration_layer_orchestration_clas_402e0b3f,node_agent_mmd_memory_vector_layer_memorylayer_classi_58e617e7,node_agent_mmd_tool_layer_toollayer_validator_validat_96a84a52,node_agent_mmd_memory_vector_layer_memorylayer_valida_1b167f63,validator_test_1_c5015ca0,types_12_2b09659a,node_agent_mmd_tool_layer_toollayer_metrics_tracker_m_4c9237d8,node_agent_mmd_memory_vector_layer_memorylayer_metric_12562178,node_agent_mmd_tool_layer_toollayer_metrics_tracker_t_8947b778,node_agent_mmd_memory_vector_layer_memorylayer_metric_74129788,branch_enforcer_acb749cd,review_context_1_e3afed15,index_2_10143590,eval_seed_5699fd3e,workflow_contract_scripts_test_681e2e3c,scaffold_workflow_template_92310587,node_agent_mmd_orchestration_layer_orchestration_scaf_ff8f92f6,node_agent_mmd_memory_vector_layer_memorylayer_scaffo_a86eece1,scaffold_surfaces_12d6494e,scaffold_shell_templates_0ad0f915,scaffold_script_template_registry_69312d4e,scaffold_script_template_registry_test_6a8ebefe,scaffold_root_command_templates_404fed7f,scaffold_root_command_templates_test_14596939,node_agent_mmd_orchestration_layer_orchestration_scaf_c9a90c2f,node_agent_mmd_tool_layer_toollayer_scaffold_environm_c1afc013,node_agent_mmd_memory_vector_layer_memorylayer_scaffo_12b42341,node_agent_mmd_orchestration_layer_orchestration_scaf_12cc07db,node_agent_mmd_memory_vector_layer_memorylayer_scaffo_5fd73b94,scaffold_diagram_templates_dd88e83c,scaffold_diagram_templates_test_f3774c28,node_agent_mmd_orchestration_layer_orchestration_proj_6ab6f60f,node_agent_mmd_memory_vector_layer_memorylayer_projec_3ae304d9,node_agent_mmd_orchestration_layer_orchestration_proj_d78b2f4f,node_agent_mmd_memory_vector_layer_memorylayer_projec_6048335b,node_agent_mmd_orchestration_layer_orchestration_init_2a9c3ecb,node_agent_mmd_memory_vector_layer_memorylayer_init_m_333d02c5,codex_preflight_symlink_test_037558db,harness_decision_test_7e5a4fe5,types_18_37582e2a,node_agent_mmd_llm_model_layer_llmlayer_sync_contract_9f3cc8c1,node_agent_mmd_memory_vector_layer_memorylayer_sync_c_e43418bc,sync_contract_test_5dc3165c,store_824d80d7,sources_1_e133d97d,rollout_a4fa034c,node_agent_mmd_llm_model_layer_llmlayer_ollama_ollama_968b23fa,node_agent_mmd_memory_vector_layer_memorylayer_ollama_6d51be16,node_agent_mmd_llm_model_layer_llmlayer_ollama_test_o_d62a0b5a,node_agent_mmd_memory_vector_layer_memorylayer_ollama_d800c0c4,lexical_fallback_723e2b3e,init_error_5c7dd49f,node_agent_mmd_llm_model_layer_llmlayer_indexer_index_4f4deef5,node_agent_mmd_memory_vector_layer_memorylayer_indexe_93e6d86f,indexer_test_d492f0aa,node_agent_mmd_llm_model_layer_llmlayer_index_index_1_02e160ff,node_agent_mmd_memory_vector_layer_memorylayer_index__752bc61e,context_compact_policy_3dcaf95d,context_compact_policy_test_da148267,node_agent_mmd_llm_model_layer_llmlayer_constants_con_c9bd3f6c,node_agent_mmd_memory_vector_layer_memorylayer_consta_702d3f46,constants_test_5492ae98,node_agent_mmd_tool_layer_toollayer_command_registry__cce57abe,node_agent_mmd_memory_vector_layer_memorylayer_comman_362247bb,node_agent_mmd_orchestration_layer_orchestration_vali_a3b17e45,node_agent_mmd_memory_vector_layer_memorylayer_valida_caacfcdf,node_agent_mmd_orchestration_layer_orchestration_vali_d9fe99e6,node_agent_mmd_tool_layer_toollayer_validator_core_va_6ef6131f,node_agent_mmd_memory_vector_layer_memorylayer_valida_41034356,node_agent_mmd_orchestration_layer_orchestration_type_7cf81261,node_agent_mmd_tool_layer_toollayer_types_core_types__6c8319b6,node_agent_mmd_memory_vector_layer_memorylayer_types__83f369fa,node_agent_mmd_orchestration_layer_orchestration_poli_3270b55d,node_agent_mmd_tool_layer_toollayer_policy_validators_af136abf,node_agent_mmd_memory_vector_layer_memorylayer_policy_1944de42,loader_test_03424671,json_schema_core_96d7e328,index_6_fc9e91e2,harness_run_context_ac7c77a9,harness_run_context_test_c6937fed,branch_protect_sync_570adb18,node_agent_mmd_orchestration_layer_orchestration_modu_72373e29,node_agent_mmd_tool_layer_toollayer_module_boundaries_fecf90b5,node_agent_mmd_memory_vector_layer_memorylayer_module_9bfd18b1,review_gate_command_spec_3187376a,local_memory_preflight_command_spec_9e23f3ce,node_agent_mmd_orchestration_layer_orchestration_comm_a137ef0a,node_agent_mmd_memory_vector_layer_memorylayer_comman_d36d1650,node_agent_mmd_orchestration_layer_orchestration_comm_1f8cc24c,node_agent_mmd_llm_model_layer_llmlayer_command_specs_782af9fa,node_agent_mmd_memory_vector_layer_memorylayer_comman_111eb454,node_agent_mmd_tool_layer_toollayer_command_capabilit_e97a4615,node_agent_mmd_memory_vector_layer_memorylayer_comman_c72a5d05 memNode
+   class node_agent_mmd_llm_model_layer_llmlayer_cli_dispatch__7ecbc6e7,node_agent_mmd_memory_vector_layer_memorylayer_cli_di_c121353b,pr_template_validator_test_569b1cef,run_local_memory_preflight_36e92808,run_local_memory_preflight_test_1d7c5aa0,node_agent_mmd_orchestration_layer_orchestration_tool_5f9f8adf,node_agent_mmd_memory_vector_layer_memorylayer_toolin_48be0fc9,node_agent_mmd_orchestration_layer_orchestration_tool_acfe0c01,node_agent_mmd_memory_vector_layer_memorylayer_toolin_a1185b8f,node_agent_mmd_llm_model_layer_llmlayer_search_search_66b9a911,node_agent_mmd_memory_vector_layer_memorylayer_search_ac35cb7e,node_agent_mmd_llm_model_layer_llmlayer_search_test_s_72d50705,node_agent_mmd_memory_vector_layer_memorylayer_search_ebbe6c53,node_agent_mmd_orchestration_layer_orchestration_revi_ae9f100c,node_agent_mmd_tool_layer_toollayer_review_gate_test__548e6c28,node_agent_mmd_memory_vector_layer_memorylayer_review_e0e0b257,node_agent_mmd_tool_layer_toollayer_review_gate_core__7704598b,node_agent_mmd_memory_vector_layer_memorylayer_review_5bee9816,review_context_ca6cf81d,node_agent_mmd_orchestration_layer_orchestration_revi_84f25e5b,node_agent_mmd_memory_vector_layer_memorylayer_review_3255d3cf,node_agent_mmd_orchestration_layer_orchestration_refr_10a87984,node_agent_mmd_memory_vector_layer_memorylayer_refres_b1a0f415,pattern_scope_siblings_43abe000,memory_gate_a577a506,local_memory_preflight_dcc36c42,local_memory_preflight_test_5e323bbf,node_agent_mmd_orchestration_layer_orchestration_init_daf6ae1b,node_agent_mmd_tool_layer_toollayer_init_test_init_te_ae014ee3,node_agent_mmd_memory_vector_layer_memorylayer_init_t_bac0fb9d,node_agent_mmd_llm_model_layer_llmlayer_index_context_1041bd11,node_agent_mmd_memory_vector_layer_memorylayer_index__6f3402d0,node_agent_mmd_llm_model_layer_llmlayer_index_context_7e927b45,node_agent_mmd_memory_vector_layer_memorylayer_index__46fc46d7,node_agent_mmd_orchestration_layer_orchestration_docs_22c7ae60,node_agent_mmd_tool_layer_toollayer_docs_gate_test_do_ca0c4c21,node_agent_mmd_memory_vector_layer_memorylayer_docs_g_2ab7a620,docs_gate_core_eb9b6c18,node_agent_mmd_llm_model_layer_llmlayer_context_conte_ad2dfbd9,node_agent_mmd_memory_vector_layer_memorylayer_contex_78ceaaa9,node_agent_mmd_llm_model_layer_llmlayer_context_test__32277db3,node_agent_mmd_memory_vector_layer_memorylayer_contex_4e7cab00,context_integrity_acceptance_test_59f961b1,context_health_80bb7da9,context_health_test_3b5b87f3,node_agent_mmd_orchestration_layer_orchestration_ci_m_a6704d8b,node_agent_mmd_memory_vector_layer_memorylayer_ci_mig_df76706f,node_agent_mmd_tool_layer_toollayer_ci_migrate_core_c_049f8460,node_agent_mmd_memory_vector_layer_memorylayer_ci_mig_0cd5b1a4,check_diagram_freshness_test_c1dc40aa,branch_protect_core_a8feb0fd,node_agent_mmd_orchestration_layer_orchestration_brai_9c019b6e,node_agent_mmd_memory_vector_layer_memorylayer_brain__80b5ea48,node_agent_mmd_orchestration_layer_orchestration_agen_eb715f44,node_agent_mmd_memory_vector_layer_memorylayer_agent__6f084ab8,overload_guard_2748c559,overload_guard_test_6ece9f86,types_3_9675d69b,node_agent_mmd_orchestration_layer_orchestration_sugg_85c5ebe3,node_agent_mmd_memory_vector_layer_memorylayer_sugges_267f408d,node_agent_mmd_orchestration_layer_orchestration_sugg_d0ad9d8e,node_agent_mmd_memory_vector_layer_memorylayer_sugges_b043d150,performance_overload_c685bfcf,local_memory_0db17ecc,local_memory_smoke_1175abfc,types_8_f6283648,claim_helpers_20dc8387,node_agent_mmd_orchestration_layer_orchestration_tool_cc43149f,node_agent_mmd_tool_layer_toollayer_tooling_baseline__61e66e9f,node_agent_mmd_memory_vector_layer_memorylayer_toolin_14f86b00,node_agent_mmd_orchestration_layer_orchestration_clas_899b821a,node_agent_mmd_memory_vector_layer_memorylayer_classi_1ebbf5ff,node_agent_mmd_orchestration_layer_orchestration_clas_402e0b3f,node_agent_mmd_memory_vector_layer_memorylayer_classi_58e617e7,node_agent_mmd_tool_layer_toollayer_validator_validat_96a84a52,node_agent_mmd_memory_vector_layer_memorylayer_valida_1b167f63,validator_test_1_c5015ca0,types_12_2b09659a,node_agent_mmd_tool_layer_toollayer_metrics_tracker_m_4c9237d8,node_agent_mmd_memory_vector_layer_memorylayer_metric_12562178,node_agent_mmd_tool_layer_toollayer_metrics_tracker_t_8947b778,node_agent_mmd_memory_vector_layer_memorylayer_metric_74129788,branch_enforcer_acb749cd,review_context_1_e3afed15,index_2_10143590,eval_seed_5699fd3e,workflow_contract_scripts_test_681e2e3c,scaffold_workflow_template_92310587,node_agent_mmd_orchestration_layer_orchestration_scaf_ff8f92f6,node_agent_mmd_memory_vector_layer_memorylayer_scaffo_a86eece1,scaffold_surfaces_12d6494e,scaffold_shell_templates_0ad0f915,scaffold_script_template_registry_69312d4e,scaffold_script_template_registry_test_6a8ebefe,scaffold_root_command_templates_404fed7f,scaffold_root_command_templates_test_14596939,node_agent_mmd_orchestration_layer_orchestration_scaf_c9a90c2f,node_agent_mmd_tool_layer_toollayer_scaffold_environm_c1afc013,node_agent_mmd_memory_vector_layer_memorylayer_scaffo_12b42341,node_agent_mmd_orchestration_layer_orchestration_scaf_12cc07db,node_agent_mmd_memory_vector_layer_memorylayer_scaffo_5fd73b94,scaffold_diagram_templates_dd88e83c,scaffold_diagram_templates_test_f3774c28,node_agent_mmd_orchestration_layer_orchestration_proj_6ab6f60f,node_agent_mmd_memory_vector_layer_memorylayer_projec_3ae304d9,node_agent_mmd_orchestration_layer_orchestration_proj_d78b2f4f,node_agent_mmd_memory_vector_layer_memorylayer_projec_6048335b,node_agent_mmd_orchestration_layer_orchestration_init_2a9c3ecb,node_agent_mmd_memory_vector_layer_memorylayer_init_m_333d02c5,codex_preflight_symlink_test_037558db,harness_decision_test_7e5a4fe5,types_18_37582e2a,node_agent_mmd_llm_model_layer_llmlayer_sync_contract_9f3cc8c1,node_agent_mmd_memory_vector_layer_memorylayer_sync_c_e43418bc,sync_contract_test_5dc3165c,store_824d80d7,sources_1_e133d97d,rollout_a4fa034c,node_agent_mmd_llm_model_layer_llmlayer_ollama_ollama_968b23fa,node_agent_mmd_memory_vector_layer_memorylayer_ollama_6d51be16,node_agent_mmd_llm_model_layer_llmlayer_ollama_test_o_d62a0b5a,node_agent_mmd_memory_vector_layer_memorylayer_ollama_d800c0c4,lexical_fallback_723e2b3e,init_error_5c7dd49f,node_agent_mmd_llm_model_layer_llmlayer_indexer_index_4f4deef5,node_agent_mmd_memory_vector_layer_memorylayer_indexe_93e6d86f,indexer_test_d492f0aa,node_agent_mmd_llm_model_layer_llmlayer_index_index_1_02e160ff,node_agent_mmd_memory_vector_layer_memorylayer_index__752bc61e,context_compact_policy_3dcaf95d,context_compact_policy_test_da148267,node_agent_mmd_llm_model_layer_llmlayer_constants_con_c9bd3f6c,node_agent_mmd_memory_vector_layer_memorylayer_consta_702d3f46,constants_test_5492ae98,node_agent_mmd_orchestration_layer_orchestration_vali_a3b17e45,node_agent_mmd_memory_vector_layer_memorylayer_valida_caacfcdf,node_agent_mmd_orchestration_layer_orchestration_vali_d9fe99e6,node_agent_mmd_tool_layer_toollayer_validator_core_va_6ef6131f,node_agent_mmd_memory_vector_layer_memorylayer_valida_41034356,node_agent_mmd_orchestration_layer_orchestration_type_7cf81261,node_agent_mmd_tool_layer_toollayer_types_core_types__6c8319b6,node_agent_mmd_memory_vector_layer_memorylayer_types__83f369fa,node_agent_mmd_orchestration_layer_orchestration_poli_3270b55d,node_agent_mmd_tool_layer_toollayer_policy_validators_af136abf,node_agent_mmd_memory_vector_layer_memorylayer_policy_1944de42,loader_test_03424671,json_schema_core_96d7e328,index_6_fc9e91e2,harness_run_context_ac7c77a9,harness_run_context_test_c6937fed,node_agent_mmd_tool_layer_toollayer_command_registry__cce57abe,node_agent_mmd_memory_vector_layer_memorylayer_comman_362247bb,branch_protect_sync_570adb18,node_agent_mmd_orchestration_layer_orchestration_modu_72373e29,node_agent_mmd_tool_layer_toollayer_module_boundaries_fecf90b5,node_agent_mmd_memory_vector_layer_memorylayer_module_9bfd18b1,review_gate_command_spec_3187376a,local_memory_preflight_command_spec_9e23f3ce,node_agent_mmd_orchestration_layer_orchestration_comm_a137ef0a,node_agent_mmd_memory_vector_layer_memorylayer_comman_d36d1650,node_agent_mmd_orchestration_layer_orchestration_comm_1f8cc24c,node_agent_mmd_llm_model_layer_llmlayer_command_specs_782af9fa,node_agent_mmd_memory_vector_layer_memorylayer_comman_111eb454,node_agent_mmd_tool_layer_toollayer_command_capabilit_e97a4615,node_agent_mmd_memory_vector_layer_memorylayer_comman_c72a5d05 memNode
